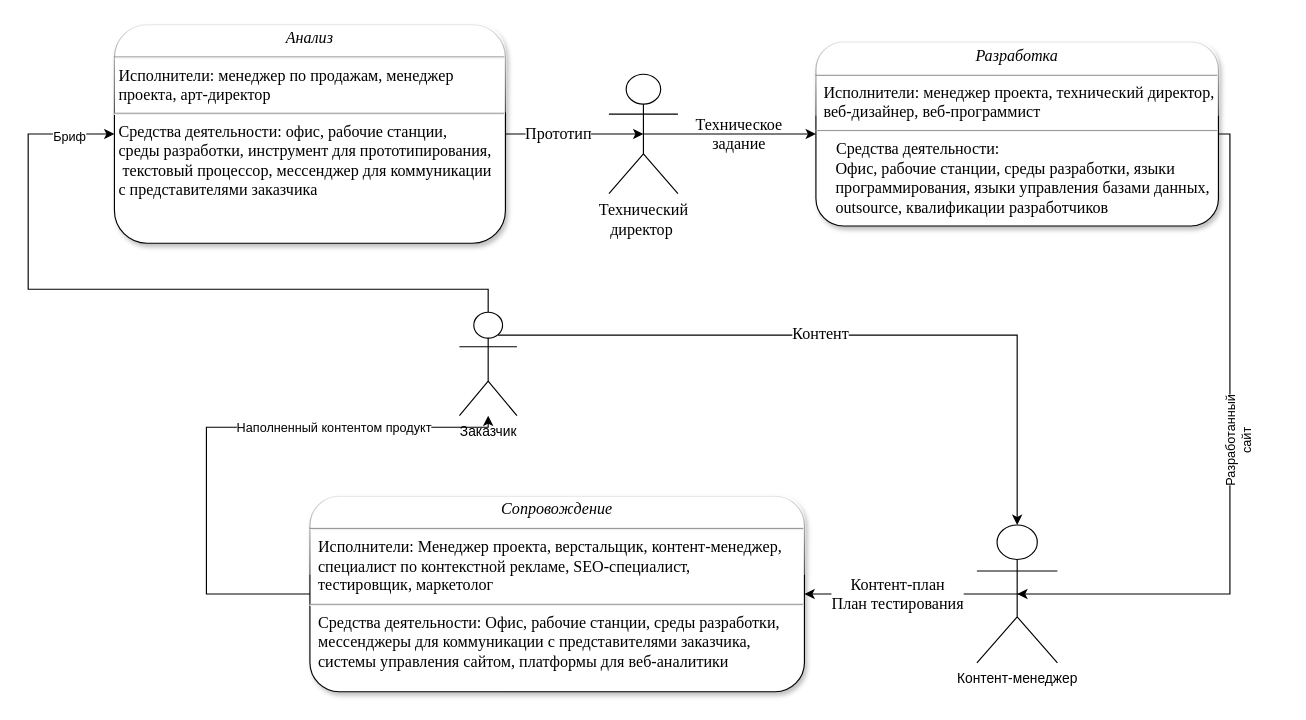
Before: page "Модель Структуры (уровень 2)" (3 of 7) of 3 курс/5 семестр/ТСиСА/Курсовая/модели2ч.drawio in Luzinsan/tusur, a draw.io diagram. Source tidied: cells renumbered, new cells numbered last; positions are measured from the earlier drawing's top-left corner, leaving out a move shared by most shapes. Both pictures are drawn from the tidied source at 115%, with x=0, y=0 at pixel (28, 24).
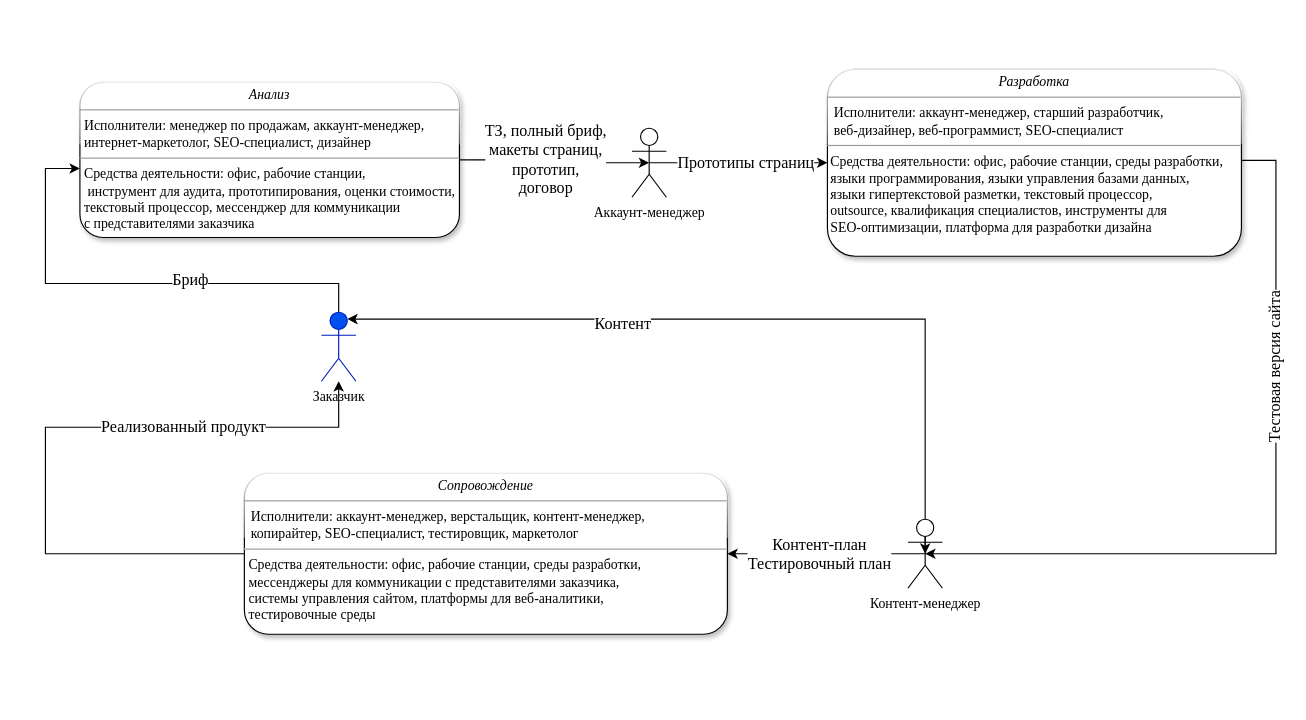
The same diagram, later.

Commit message (it also covers changes not shown here):
ТСиСА (Курсач) - 2 часть - модели структуры "Анализ", "Разработка", "Сопровождение"

Change to the diagram source:
```diff
@@
-    <mxCell id="2" style="edgeStyle=orthogonalEdgeStyle;rounded=0;jettySize=auto;html=1;exitX=1;exitY=0.5;exitDx=0;exitDy=0;fontFamily=Times New Roman;fontSize=14;entryX=0.5;entryY=0.5;entryDx=0;entryDy=0;entryPerimeter=0;" parent="1" edge="1" source="4" target="19">
-      <mxGeometry relative="1" as="geometry" />
-    </mxCell>
-    <mxCell id="3" value="Техническое&lt;br&gt;задание" style="edgeLabel;html=1;align=center;verticalAlign=middle;fontSize=14;fontFamily=Times New Roman;" parent="2" vertex="1">
-      <mxGeometry x="-0.31" relative="1" as="geometry">
-        <mxPoint x="161" as="offset" />
-      </mxGeometry>
-    </mxCell>
-    <mxCell id="4" value="&lt;p style=&quot;margin: 4px 0px 0px; text-align: center; font-size: 14px;&quot;&gt;&lt;i style=&quot;font-size: 14px;&quot;&gt;Анализ&lt;/i&gt;&lt;/p&gt;&lt;hr style=&quot;font-size: 14px;&quot;&gt;&lt;p style=&quot;margin: 0px 0px 0px 4px; font-size: 14px;&quot;&gt;Исполнители: менеджер по продажам, менеджер &lt;br style=&quot;font-size: 14px;&quot;&gt;проекта, арт-директор&lt;br style=&quot;font-size: 14px;&quot;&gt;&lt;/p&gt;&lt;hr style=&quot;font-size: 14px;&quot;&gt;&lt;p style=&quot;margin: 0px 0px 0px 4px; font-size: 14px;&quot;&gt;Средства деятельности: офис, рабочие станции, &lt;br style=&quot;font-size: 14px;&quot;&gt;среды разработки, инструмент для прототипирования,&lt;br style=&quot;font-size: 14px;&quot;&gt;&amp;nbsp;текстовый процессор, мессенджер для коммуникации &lt;br style=&quot;font-size: 14px;&quot;&gt;с представителями заказчика&lt;/p&gt;" style="verticalAlign=top;align=left;overflow=fill;fontSize=14;fontFamily=Times New Roman;html=1;glass=1;shadow=1;rounded=1;" parent="1" vertex="1">
-      <mxGeometry x="75" width="340" height="190" as="geometry" />
-    </mxCell>
-    <mxCell id="5" style="edgeStyle=orthogonalEdgeStyle;rounded=0;jettySize=auto;html=1;exitX=0;exitY=0.5;exitDx=0;exitDy=0;" parent="1" edge="1" source="7" target="12">
-      <mxGeometry relative="1" as="geometry">
-        <Array as="points">
-          <mxPoint x="155" y="495" />
-          <mxPoint x="155" y="350" />
-          <mxPoint x="400" y="350" />
-        </Array>
-      </mxGeometry>
-    </mxCell>
-    <mxCell id="6" value="Наполненный контентом продукт" style="edgeLabel;html=1;align=center;verticalAlign=middle;" parent="5" vertex="1">
-      <mxGeometry x="-0.58" y="2" relative="1" as="geometry">
-        <mxPoint x="112" y="-132" as="offset" />
-      </mxGeometry>
-    </mxCell>
-    <mxCell id="7" value="&lt;p style=&quot;margin: 4px 0px 0px; text-align: center; font-size: 14px;&quot;&gt;&lt;i style=&quot;font-size: 14px;&quot;&gt;Сопровождение&lt;/i&gt;&lt;/p&gt;&lt;hr style=&quot;font-size: 14px;&quot;&gt;&lt;p style=&quot;margin: 0px 0px 0px 4px; font-size: 14px;&quot;&gt;&amp;nbsp;Исполнители:&amp;nbsp;Менеджер проекта, верстальщик, контент-менеджер, &lt;br style=&quot;font-size: 14px;&quot;&gt;&amp;nbsp;специалист по контекстной рекламе, SEO-специалист, &lt;br style=&quot;font-size: 14px;&quot;&gt;&amp;nbsp;тестировщик, маркетолог&lt;br style=&quot;font-size: 14px;&quot;&gt;&lt;/p&gt;&lt;hr style=&quot;font-size: 14px;&quot;&gt;&lt;p style=&quot;margin: 0px 0px 0px 4px; font-size: 14px;&quot;&gt;&amp;nbsp;Средства деятельности:&amp;nbsp;Офис, рабочие станции, среды разработки, &lt;br style=&quot;font-size: 14px;&quot;&gt;&amp;nbsp;мессенджеры для коммуникации с представителями заказчика, &lt;br style=&quot;font-size: 14px;&quot;&gt;&amp;nbsp;системы управления сайтом, платформы для веб-аналитики&lt;/p&gt;" style="verticalAlign=top;align=left;overflow=fill;fontSize=14;fontFamily=Times New Roman;html=1;glass=1;shadow=1;rounded=1;" parent="1" vertex="1">
-      <mxGeometry x="245" y="410" width="430" height="170" as="geometry" />
-    </mxCell>
-    <mxCell id="8" style="edgeStyle=orthogonalEdgeStyle;rounded=0;jettySize=auto;html=1;entryX=0;entryY=0.5;entryDx=0;entryDy=0;exitX=0.5;exitY=0;exitDx=0;exitDy=0;exitPerimeter=0;" parent="1" edge="1" source="12" target="4">
-      <mxGeometry relative="1" as="geometry">
-        <Array as="points">
-          <mxPoint x="400" y="230" />
-          <mxPoint y="230" />
-          <mxPoint y="95" />
-        </Array>
-      </mxGeometry>
-    </mxCell>
+    <mxCell id="22" style="edgeStyle=orthogonalEdgeStyle;rounded=0;jettySize=auto;html=1;entryX=0.5;entryY=0.5;entryDx=0;entryDy=0;entryPerimeter=0;fontFamily=Times New Roman;fontSize=14;" parent="1" edge="1" source="24" target="34">
+      <mxGeometry relative="1" as="geometry" />
+    </mxCell>
+    <mxCell id="23" value="ТЗ, полный бриф, &lt;br&gt;макеты страниц,&lt;br&gt;прототип,&lt;br&gt;договор" style="edgeLabel;html=1;align=center;verticalAlign=middle;fontSize=14;fontFamily=Times New Roman;" parent="22" vertex="1">
+      <mxGeometry x="-0.28" y="2" relative="1" as="geometry">
+        <mxPoint x="14" y="2" as="offset" />
+      </mxGeometry>
+    </mxCell>
+    <mxCell id="24" value="&lt;p style=&quot;margin:0px;margin-top:4px;text-align:center;&quot;&gt;&lt;i&gt;Анализ&lt;/i&gt;&lt;/p&gt;&lt;hr size=&quot;1&quot;&gt;&lt;p style=&quot;margin:0px;margin-left:4px;&quot;&gt;Исполнители: менеджер по продажам, аккаунт-менеджер, &lt;br&gt;интернет-маркетолог, SEO-специалист, дизайнер&lt;br&gt;&lt;/p&gt;&lt;hr size=&quot;1&quot;&gt;&lt;p style=&quot;margin:0px;margin-left:4px;&quot;&gt;Средства деятельности: офис, рабочие станции, &lt;br&gt;&amp;nbsp;инструмент для аудита, прототипирования, оценки стоимости,&lt;br&gt;текстовый процессор, мессенджер для коммуникации &lt;br&gt;с представителями заказчика&lt;/p&gt;" style="verticalAlign=top;align=left;overflow=fill;fontSize=12;fontFamily=Times New Roman;html=1;glass=1;shadow=1;rounded=1;" parent="1" vertex="1">
+      <mxGeometry x="45" y="50" width="330" height="135" as="geometry" />
+    </mxCell>
+    <mxCell id="25" style="edgeStyle=orthogonalEdgeStyle;rounded=0;jettySize=auto;html=1;fontFamily=Times New Roman;fontSize=14;" parent="1" edge="1" source="27" target="12">
+      <mxGeometry relative="1" as="geometry">
+        <Array as="points">
+          <mxPoint x="15" y="460" />
+          <mxPoint x="15" y="350" />
+          <mxPoint x="270" y="350" />
+        </Array>
+      </mxGeometry>
+    </mxCell>
+    <mxCell id="26" value="Реализованный продукт" style="edgeLabel;html=1;align=center;verticalAlign=middle;fontSize=14;fontFamily=Times New Roman;" parent="25" vertex="1">
+      <mxGeometry x="0.12" relative="1" as="geometry">
+        <mxPoint x="78" as="offset" />
+      </mxGeometry>
+    </mxCell>
+    <mxCell id="27" value="&lt;p style=&quot;margin:0px;margin-top:4px;text-align:center;&quot;&gt;&lt;i&gt;Сопровождение&lt;/i&gt;&lt;/p&gt;&lt;hr size=&quot;1&quot;&gt;&lt;p style=&quot;margin:0px;margin-left:4px;&quot;&gt;&lt;/p&gt;&amp;nbsp; Исполнители: аккаунт-менеджер, верстальщик, контент-менеджер,&lt;br&gt;&amp;nbsp; копирайтер, SEO-специалист, тестировщик, маркетолог&lt;br&gt;&lt;hr size=&quot;1&quot;&gt;&lt;p style=&quot;margin:0px;margin-left:4px;&quot;&gt;Средства деятельности: офис, рабочие станции, среды разработки, &lt;br&gt;мессенджеры для коммуникации с представителями заказчика, &lt;br&gt;системы управления сайтом, платформы для веб-аналитики, &lt;br&gt;тестировочные среды&lt;/p&gt;" style="verticalAlign=top;align=left;overflow=fill;fontSize=12;fontFamily=Times New Roman;html=1;glass=1;shadow=1;rounded=1;" parent="1" vertex="1">
+      <mxGeometry x="188" y="390" width="420" height="140" as="geometry" />
+    </mxCell>
+    <mxCell id="28" style="edgeStyle=orthogonalEdgeStyle;rounded=0;jettySize=auto;html=1;entryX=0.5;entryY=0.5;entryDx=0;entryDy=0;entryPerimeter=0;fontFamily=Times New Roman;fontSize=14;exitX=1;exitY=0.5;exitDx=0;exitDy=0;" parent="1" edge="1" source="30" target="13">
+      <mxGeometry relative="1" as="geometry">
+        <Array as="points">
+          <mxPoint x="1085" y="118" />
+          <mxPoint x="1085" y="460" />
+        </Array>
+      </mxGeometry>
+    </mxCell>
+    <mxCell id="29" value="Тестовая версия сайта" style="edgeLabel;html=1;align=center;verticalAlign=middle;fontSize=14;fontFamily=Times New Roman;horizontal=0;" parent="28" vertex="1">
+      <mxGeometry x="-0.24" y="-3" relative="1" as="geometry">
+        <mxPoint x="3" y="-45" as="offset" />
+      </mxGeometry>
+    </mxCell>
+    <mxCell id="30" value="&lt;p style=&quot;margin:0px;margin-top:4px;text-align:center;&quot;&gt;&lt;i&gt;Разработка&lt;/i&gt;&lt;/p&gt;&lt;hr size=&quot;1&quot;&gt;&lt;p style=&quot;margin:0px;margin-left:4px;&quot;&gt;&lt;/p&gt;&amp;nbsp; Исполнители: аккаунт-менеджер, старший разработчик,&lt;br&gt;&amp;nbsp; веб-дизайнер, веб-программист, SEO-специалист&lt;br&gt;&lt;hr size=&quot;1&quot;&gt;&lt;p style=&quot;margin:0px;margin-left:4px;&quot;&gt;&lt;/p&gt;&amp;nbsp;Средства деятельности: офис, рабочие станции, среды разработки, &lt;br&gt;&amp;nbsp;языки программирования, языки управления базами данных, &lt;br&gt;&amp;nbsp;языки гипертекстовой разметки, текстовый процессор,&lt;br&gt;&amp;nbsp;outsource, квалификация специалистов, инструменты для &lt;br&gt;&amp;nbsp;SEO-оптимизации, платформа для разработки дизайна" style="verticalAlign=top;align=left;overflow=fill;fontSize=12;fontFamily=Times New Roman;html=1;glass=1;shadow=1;rounded=1;" parent="1" vertex="1">
+      <mxGeometry x="695" y="38.8" width="360" height="162.5" as="geometry" />
+    </mxCell>
+    <mxCell id="31" style="edgeStyle=orthogonalEdgeStyle;rounded=0;jettySize=auto;html=1;fontFamily=Times New Roman;fontSize=14;" parent="1" edge="1" source="12">
+      <mxGeometry relative="1" as="geometry">
+        <mxPoint x="45" y="125" as="targetPoint" />
+        <Array as="points">
+          <mxPoint x="270" y="225" />
+          <mxPoint x="15" y="225" />
+          <mxPoint x="15" y="125" />
+        </Array>
+      </mxGeometry>
+    </mxCell>
-    <mxCell id="9" value="Бриф" style="edgeLabel;html=1;align=center;verticalAlign=middle;" parent="8" vertex="1">
-      <mxGeometry x="0.43" y="-2" relative="1" as="geometry">
-        <mxPoint x="33" y="-103" as="offset" />
+    <mxCell id="9" value="Бриф" style="edgeLabel;html=1;align=center;verticalAlign=middle;fontSize=14;fontFamily=Times New Roman;" parent="31" vertex="1">
+      <mxGeometry x="-0.11" y="-3" relative="1" as="geometry">
+        <mxPoint x="27" as="offset" />
       </mxGeometry>
     </mxCell>
-    <mxCell id="10" style="edgeStyle=orthogonalEdgeStyle;rounded=0;jettySize=auto;html=1;fontFamily=Times New Roman;fontSize=14;entryX=0.5;entryY=0;entryDx=0;entryDy=0;entryPerimeter=0;exitX=0.671;exitY=0.221;exitDx=0;exitDy=0;exitPerimeter=0;" parent="1" edge="1" source="12" target="13">
-      <mxGeometry relative="1" as="geometry">
-        <Array as="points">
-          <mxPoint x="860" y="270" />
-        </Array>
-      </mxGeometry>
-    </mxCell>
+    <mxCell id="12" value="Заказчик" style="shape=umlActor;verticalLabelPosition=bottom;verticalAlign=top;html=1;fontFamily=Times New Roman;fillColor=#0050ef;fontColor=#000000;strokeColor=#001DBC;" parent="1" vertex="1">
+      <mxGeometry x="255" y="250" width="30" height="60" as="geometry" />
+    </mxCell>
+    <mxCell id="32" style="edgeStyle=orthogonalEdgeStyle;rounded=0;jettySize=auto;html=1;entryX=0;entryY=0.5;entryDx=0;entryDy=0;fontFamily=Times New Roman;fontSize=14;exitX=0.5;exitY=0.5;exitDx=0;exitDy=0;exitPerimeter=0;" parent="1" edge="1" source="34" target="30">
+      <mxGeometry relative="1" as="geometry" />
+    </mxCell>
+    <mxCell id="33" value="Прототипы страниц" style="edgeLabel;html=1;align=center;verticalAlign=middle;fontSize=14;fontFamily=Times New Roman;" parent="32" vertex="1">
+      <mxGeometry x="-0.11" y="1" relative="1" as="geometry">
+        <mxPoint x="14" y="1" as="offset" />
+      </mxGeometry>
+    </mxCell>
+    <mxCell id="34" value="Аккаунт-менеджер" style="shape=umlActor;verticalLabelPosition=bottom;verticalAlign=top;html=1;fontFamily=Times New Roman;" parent="1" vertex="1">
+      <mxGeometry x="525" y="90" width="30" height="60" as="geometry" />
+    </mxCell>
+    <mxCell id="35" style="edgeStyle=orthogonalEdgeStyle;rounded=0;jettySize=auto;html=1;entryX=0.75;entryY=0.1;entryDx=0;entryDy=0;entryPerimeter=0;fontFamily=Times New Roman;fontSize=14;exitX=0.5;exitY=0.5;exitDx=0;exitDy=0;exitPerimeter=0;startArrow=classic;startFill=1;" parent="1" edge="1" source="13" target="12">
+      <mxGeometry relative="1" as="geometry">
+        <Array as="points">
+          <mxPoint x="780" y="256" />
+        </Array>
+      </mxGeometry>
+    </mxCell>
-    <mxCell id="11" value="Контент" style="edgeLabel;html=1;align=center;verticalAlign=middle;fontSize=14;fontFamily=Times New Roman;" parent="10" vertex="1">
-      <mxGeometry x="0.18" y="-2" relative="1" as="geometry">
-        <mxPoint x="-84" y="-2" as="offset" />
+    <mxCell id="11" value="Контент" style="edgeLabel;html=1;align=center;verticalAlign=middle;fontSize=14;fontFamily=Times New Roman;" parent="35" vertex="1">
+      <mxGeometry x="0.32" y="4" relative="1" as="geometry">
+        <mxPoint x="-2" as="offset" />
       </mxGeometry>
     </mxCell>
-    <mxCell id="12" value="Заказчик" style="shape=umlActor;verticalLabelPosition=bottom;verticalAlign=top;html=1;" parent="1" vertex="1">
-      <mxGeometry x="375" y="250" width="50" height="90" as="geometry" />
-    </mxCell>
+    <mxCell id="36" style="edgeStyle=orthogonalEdgeStyle;rounded=0;jettySize=auto;html=1;entryX=1;entryY=0.5;entryDx=0;entryDy=0;fontFamily=Times New Roman;fontSize=14;exitX=0.5;exitY=0.5;exitDx=0;exitDy=0;exitPerimeter=0;" parent="1" edge="1" source="13" target="27">
+      <mxGeometry relative="1" as="geometry" />
+    </mxCell>
+    <mxCell id="37" value="Контент-план&lt;br&gt;Тестировочный план" style="edgeLabel;html=1;align=center;verticalAlign=middle;fontSize=14;fontFamily=Times New Roman;" parent="36" vertex="1">
+      <mxGeometry x="0.34" y="-3" relative="1" as="geometry">
+        <mxPoint x="22" y="3" as="offset" />
+      </mxGeometry>
+    </mxCell>
-    <mxCell id="13" value="Контент-менеджер" style="shape=umlActor;verticalLabelPosition=bottom;verticalAlign=top;html=1;" parent="1" vertex="1">
-      <mxGeometry x="825" y="435" width="70" height="120" as="geometry" />
+    <mxCell id="13" value="Контент-менеджер" style="shape=umlActor;verticalLabelPosition=bottom;verticalAlign=top;html=1;fontFamily=Times New Roman;" parent="1" vertex="1">
+      <mxGeometry x="765" y="430" width="30" height="60" as="geometry" />
     </mxCell>
-    <mxCell id="14" style="edgeStyle=orthogonalEdgeStyle;rounded=0;jettySize=auto;html=1;exitX=1;exitY=0.5;exitDx=0;exitDy=0;entryX=0.5;entryY=0.5;entryDx=0;entryDy=0;entryPerimeter=0;" parent="1" edge="1" source="16" target="13">
-      <mxGeometry relative="1" as="geometry">
-        <Array as="points">
-          <mxPoint x="1045" y="95" />
-          <mxPoint x="1045" y="495" />
-        </Array>
-      </mxGeometry>
-    </mxCell>
-    <mxCell id="15" value="Разработанный&lt;br&gt;сайт" style="edgeLabel;html=1;align=center;verticalAlign=middle;horizontal=0;" parent="14" vertex="1">
-      <mxGeometry x="0.34" y="1" relative="1" as="geometry">
-        <mxPoint x="6" y="-121" as="offset" />
-      </mxGeometry>
-    </mxCell>
-    <mxCell id="16" value="&lt;p style=&quot;margin: 4px 0px 0px; text-align: center; font-size: 14px;&quot;&gt;&lt;i style=&quot;&quot;&gt;&lt;font style=&quot;font-size: 14px;&quot; face=&quot;Times New Roman&quot;&gt;Разработка&lt;/font&gt;&lt;/i&gt;&lt;/p&gt;&lt;hr style=&quot;font-size: 14px;&quot; size=&quot;1&quot;&gt;&lt;p style=&quot;margin: 0px 0px 0px 4px; font-size: 14px;&quot;&gt;&lt;/p&gt;&lt;font style=&quot;font-size: 14px;&quot; face=&quot;Times New Roman&quot;&gt;&amp;nbsp; Исполнители: менеджер проекта, технический директор,&amp;nbsp;&lt;br&gt;&amp;nbsp; веб-дизайнер, веб-программист&lt;br&gt;&lt;/font&gt;&lt;hr style=&quot;font-size: 14px;&quot; size=&quot;1&quot;&gt;&lt;p style=&quot;margin: 0px 0px 0px 4px; font-size: 14px;&quot;&gt;&lt;font style=&quot;font-size: 14px;&quot; face=&quot;Times New Roman&quot;&gt;&amp;nbsp; &amp;nbsp; Средства деятельности:&amp;nbsp;&lt;/font&gt;&lt;/p&gt;&lt;font style=&quot;font-size: 14px;&quot; face=&quot;Times New Roman&quot;&gt;&amp;nbsp; &amp;nbsp; &amp;nbsp;Офис, рабочие станции, среды разработки, языки&lt;br&gt;&amp;nbsp; &amp;nbsp; &amp;nbsp;программирования, языки управления базами данных,&lt;br&gt;&lt;/font&gt;&lt;span style=&quot;font-size: 14px; font-family: &amp;quot;Times New Roman&amp;quot;; background-color: transparent;&quot;&gt;&amp;nbsp; &amp;nbsp; &amp;nbsp;outsource, квалификации разработчиков&lt;/span&gt;&lt;font style=&quot;font-size: 14px;&quot; face=&quot;Times New Roman&quot;&gt;&lt;br&gt;&lt;/font&gt;" style="verticalAlign=top;align=left;overflow=fill;fontSize=12;fontFamily=Helvetica;html=1;glass=1;shadow=1;rounded=1;" parent="1" vertex="1">
-      <mxGeometry x="685" y="15" width="350" height="160" as="geometry" />
-    </mxCell>
-    <mxCell id="17" style="edgeStyle=orthogonalEdgeStyle;rounded=0;jettySize=auto;html=1;exitX=0.5;exitY=0.5;exitDx=0;exitDy=0;exitPerimeter=0;fontFamily=Times New Roman;fontSize=14;" parent="1" edge="1" source="19" target="16">
-      <mxGeometry relative="1" as="geometry" />
-    </mxCell>
-    <mxCell id="18" value="Прототип" style="edgeLabel;html=1;align=center;verticalAlign=middle;fontSize=14;fontFamily=Times New Roman;" parent="17" vertex="1">
-      <mxGeometry x="-0.15" y="-2" relative="1" as="geometry">
-        <mxPoint x="-139" y="-2" as="offset" />
-      </mxGeometry>
-    </mxCell>
-    <mxCell id="19" value="Технический&lt;br&gt;директор&amp;nbsp;" style="shape=umlActor;verticalLabelPosition=bottom;verticalAlign=top;html=1;fontFamily=Times New Roman;fontSize=14;" parent="1" vertex="1">
-      <mxGeometry x="505" y="43.1" width="60" height="103.8" as="geometry" />
-    </mxCell>
-    <mxCell id="20" style="edgeStyle=orthogonalEdgeStyle;rounded=0;orthogonalLoop=1;jettySize=auto;html=1;" parent="1" edge="1">
-      <mxGeometry relative="1" as="geometry">
-        <mxPoint x="865" y="495" as="sourcePoint" />
-        <mxPoint x="675" y="495" as="targetPoint" />
-        <Array as="points">
-          <mxPoint x="845" y="495" />
-          <mxPoint x="845" y="495" />
-        </Array>
-      </mxGeometry>
-    </mxCell>
-    <mxCell id="21" value="Контент-план&lt;br&gt;План тестирования" style="edgeLabel;html=1;align=center;verticalAlign=middle;fontSize=14;fontFamily=Times New Roman;" parent="20" vertex="1">
-      <mxGeometry x="0.41" y="-3" relative="1" as="geometry">
-        <mxPoint x="24" y="3" as="offset" />
-      </mxGeometry>
-    </mxCell>
```
